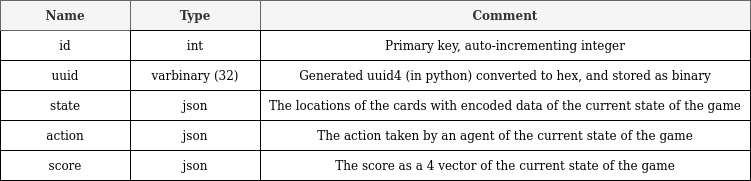
The draw.io diagram documentation/img/state_table.png in carlofazioli/cardiathena, before a commit. Source tidied: cells renumbered, new cells last; positions are measured from the earlier drawing's top-left corner, leaving out a move shared by most shapes. Source of this version:
```xml
<mxGraphModel>
  <root>
    <mxCell id="0" />
    <mxCell id="1" parent="0" />
    <mxCell id="2" value="id" style="rounded=0;whiteSpace=wrap;html=1;" parent="1" vertex="1">
      <mxGeometry y="30" width="130" height="30" as="geometry" />
    </mxCell>
    <mxCell id="3" value="uuid" style="rounded=0;whiteSpace=wrap;html=1;" parent="1" vertex="1">
      <mxGeometry y="60" width="130" height="30" as="geometry" />
    </mxCell>
    <mxCell id="4" value="state" style="rounded=0;whiteSpace=wrap;html=1;" parent="1" vertex="1">
      <mxGeometry y="90" width="130" height="30" as="geometry" />
    </mxCell>
    <mxCell id="5" value="action" style="rounded=0;whiteSpace=wrap;html=1;" parent="1" vertex="1">
      <mxGeometry y="120" width="130" height="30" as="geometry" />
    </mxCell>
    <mxCell id="6" value="score" style="rounded=0;whiteSpace=wrap;html=1;" parent="1" vertex="1">
      <mxGeometry y="150" width="130" height="30" as="geometry" />
    </mxCell>
    <mxCell id="7" value="&lt;div&gt;&lt;b&gt;Name&lt;/b&gt;&lt;/div&gt;" style="rounded=0;whiteSpace=wrap;html=1;fillColor=#f5f5f5;strokeColor=#666666;fontColor=#333333;" parent="1" vertex="1">
      <mxGeometry width="130" height="30" as="geometry" />
    </mxCell>
    <mxCell id="8" value="&lt;b&gt;Type&lt;/b&gt;" style="rounded=0;whiteSpace=wrap;html=1;fillColor=#f5f5f5;strokeColor=#666666;fontColor=#333333;" parent="1" vertex="1">
      <mxGeometry x="130" width="130" height="30" as="geometry" />
    </mxCell>
    <mxCell id="9" value="&lt;b&gt;Comment&lt;/b&gt;" style="rounded=0;whiteSpace=wrap;html=1;fillColor=#f5f5f5;strokeColor=#666666;fontColor=#333333;" parent="1" vertex="1">
      <mxGeometry x="260" width="490" height="30" as="geometry" />
    </mxCell>
    <mxCell id="10" value="int" style="rounded=0;whiteSpace=wrap;html=1;" parent="1" vertex="1">
      <mxGeometry x="130" y="30" width="130" height="30" as="geometry" />
    </mxCell>
    <mxCell id="11" value="varbinary (32)" style="rounded=0;whiteSpace=wrap;html=1;" parent="1" vertex="1">
      <mxGeometry x="130" y="60" width="130" height="30" as="geometry" />
    </mxCell>
    <mxCell id="12" value="json" style="rounded=0;whiteSpace=wrap;html=1;" parent="1" vertex="1">
      <mxGeometry x="130" y="90" width="130" height="30" as="geometry" />
    </mxCell>
    <mxCell id="13" value="json" style="rounded=0;whiteSpace=wrap;html=1;" parent="1" vertex="1">
      <mxGeometry x="130" y="120" width="130" height="30" as="geometry" />
    </mxCell>
    <mxCell id="14" value="json" style="rounded=0;whiteSpace=wrap;html=1;" parent="1" vertex="1">
      <mxGeometry x="130" y="150" width="130" height="30" as="geometry" />
    </mxCell>
    <mxCell id="15" value="Primary key, auto-incrementing integer" style="rounded=0;whiteSpace=wrap;html=1;" parent="1" vertex="1">
      <mxGeometry x="260" y="30" width="490" height="30" as="geometry" />
    </mxCell>
    <mxCell id="16" value="Generated uuid4 (in python) converted to hex, and stored as binary" style="rounded=0;whiteSpace=wrap;html=1;" parent="1" vertex="1">
      <mxGeometry x="260" y="60" width="490" height="30" as="geometry" />
    </mxCell>
    <mxCell id="17" value="The locations of the cards with encoded data of the current state of the game" style="rounded=0;whiteSpace=wrap;html=1;" parent="1" vertex="1">
      <mxGeometry x="260" y="90" width="490" height="30" as="geometry" />
    </mxCell>
    <mxCell id="18" value="The action taken by an agent of the current state of the game" style="rounded=0;whiteSpace=wrap;html=1;" parent="1" vertex="1">
      <mxGeometry x="260" y="120" width="490" height="30" as="geometry" />
    </mxCell>
    <mxCell id="19" value="The score as a 4 vector of the current state of the game" style="rounded=0;whiteSpace=wrap;html=1;" parent="1" vertex="1">
      <mxGeometry x="260" y="150" width="490" height="30" as="geometry" />
    </mxCell>
  </root>
</mxGraphModel>
```
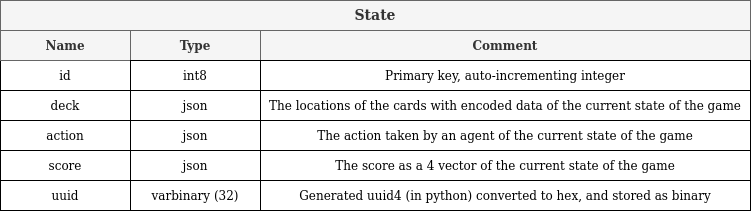
Above is the later version.

Commit message:
Added new diagrams for the new schema

Change to the diagram source:
```diff
@@ -5,17 +5,14 @@
     <mxCell id="2" value="id" style="rounded=0;whiteSpace=wrap;html=1;" parent="1" vertex="1">
       <mxGeometry y="30" width="130" height="30" as="geometry" />
     </mxCell>
-    <mxCell id="3" value="uuid" style="rounded=0;whiteSpace=wrap;html=1;" parent="1" vertex="1">
-      <mxGeometry y="60" width="130" height="30" as="geometry" />
-    </mxCell>
-    <mxCell id="4" value="state" style="rounded=0;whiteSpace=wrap;html=1;" parent="1" vertex="1">
-      <mxGeometry y="90" width="130" height="30" as="geometry" />
+    <mxCell id="4" value="deck" style="rounded=0;whiteSpace=wrap;html=1;" parent="1" vertex="1">
+      <mxGeometry y="60" width="130" height="30" as="geometry" />
     </mxCell>
     <mxCell id="5" value="action" style="rounded=0;whiteSpace=wrap;html=1;" parent="1" vertex="1">
-      <mxGeometry y="120" width="130" height="30" as="geometry" />
+      <mxGeometry y="90" width="130" height="30" as="geometry" />
     </mxCell>
     <mxCell id="6" value="score" style="rounded=0;whiteSpace=wrap;html=1;" parent="1" vertex="1">
-      <mxGeometry y="150" width="130" height="30" as="geometry" />
+      <mxGeometry y="120" width="130" height="30" as="geometry" />
     </mxCell>
     <mxCell id="7" value="&lt;div&gt;&lt;b&gt;Name&lt;/b&gt;&lt;/div&gt;" style="rounded=0;whiteSpace=wrap;html=1;fillColor=#f5f5f5;strokeColor=#666666;fontColor=#333333;" parent="1" vertex="1">
       <mxGeometry width="130" height="30" as="geometry" />
@@ -26,35 +23,41 @@
     <mxCell id="9" value="&lt;b&gt;Comment&lt;/b&gt;" style="rounded=0;whiteSpace=wrap;html=1;fillColor=#f5f5f5;strokeColor=#666666;fontColor=#333333;" parent="1" vertex="1">
       <mxGeometry x="260" width="490" height="30" as="geometry" />
     </mxCell>
-    <mxCell id="10" value="int" style="rounded=0;whiteSpace=wrap;html=1;" parent="1" vertex="1">
+    <mxCell id="10" value="int8" style="rounded=0;whiteSpace=wrap;html=1;" parent="1" vertex="1">
       <mxGeometry x="130" y="30" width="130" height="30" as="geometry" />
     </mxCell>
-    <mxCell id="11" value="varbinary (32)" style="rounded=0;whiteSpace=wrap;html=1;" parent="1" vertex="1">
-      <mxGeometry x="130" y="60" width="130" height="30" as="geometry" />
-    </mxCell>
     <mxCell id="12" value="json" style="rounded=0;whiteSpace=wrap;html=1;" parent="1" vertex="1">
-      <mxGeometry x="130" y="90" width="130" height="30" as="geometry" />
+      <mxGeometry x="130" y="60" width="130" height="30" as="geometry" />
     </mxCell>
     <mxCell id="13" value="json" style="rounded=0;whiteSpace=wrap;html=1;" parent="1" vertex="1">
-      <mxGeometry x="130" y="120" width="130" height="30" as="geometry" />
+      <mxGeometry x="130" y="90" width="130" height="30" as="geometry" />
     </mxCell>
     <mxCell id="14" value="json" style="rounded=0;whiteSpace=wrap;html=1;" parent="1" vertex="1">
-      <mxGeometry x="130" y="150" width="130" height="30" as="geometry" />
+      <mxGeometry x="130" y="120" width="130" height="30" as="geometry" />
     </mxCell>
     <mxCell id="15" value="Primary key, auto-incrementing integer" style="rounded=0;whiteSpace=wrap;html=1;" parent="1" vertex="1">
       <mxGeometry x="260" y="30" width="490" height="30" as="geometry" />
     </mxCell>
-    <mxCell id="16" value="Generated uuid4 (in python) converted to hex, and stored as binary" style="rounded=0;whiteSpace=wrap;html=1;" parent="1" vertex="1">
-      <mxGeometry x="260" y="60" width="490" height="30" as="geometry" />
-    </mxCell>
     <mxCell id="17" value="The locations of the cards with encoded data of the current state of the game" style="rounded=0;whiteSpace=wrap;html=1;" parent="1" vertex="1">
-      <mxGeometry x="260" y="90" width="490" height="30" as="geometry" />
+      <mxGeometry x="260" y="60" width="490" height="30" as="geometry" />
     </mxCell>
     <mxCell id="18" value="The action taken by an agent of the current state of the game" style="rounded=0;whiteSpace=wrap;html=1;" parent="1" vertex="1">
-      <mxGeometry x="260" y="120" width="490" height="30" as="geometry" />
+      <mxGeometry x="260" y="90" width="490" height="30" as="geometry" />
     </mxCell>
     <mxCell id="19" value="The score as a 4 vector of the current state of the game" style="rounded=0;whiteSpace=wrap;html=1;" parent="1" vertex="1">
-      <mxGeometry x="260" y="150" width="490" height="30" as="geometry" />
+      <mxGeometry x="260" y="120" width="490" height="30" as="geometry" />
     </mxCell>
+    <mxCell id="3" value="uuid" style="rounded=0;whiteSpace=wrap;html=1;" parent="1" vertex="1">
+      <mxGeometry y="150" width="130" height="30" as="geometry" />
+    </mxCell>
+    <mxCell id="11" value="varbinary (32)" style="rounded=0;whiteSpace=wrap;html=1;" parent="1" vertex="1">
+      <mxGeometry x="130" y="150" width="130" height="30" as="geometry" />
+    </mxCell>
+    <mxCell id="16" value="Generated uuid4 (in python) converted to hex, and stored as binary" style="rounded=0;whiteSpace=wrap;html=1;" parent="1" vertex="1">
+      <mxGeometry x="260" y="150" width="490" height="30" as="geometry" />
+    </mxCell>
+    <mxCell id="20" value="&lt;font style=&quot;font-size: 14px&quot;&gt;&lt;b&gt;State&lt;/b&gt;&lt;/font&gt;" style="rounded=0;whiteSpace=wrap;html=1;fillColor=#f5f5f5;strokeColor=#666666;fontColor=#333333;" parent="1" vertex="1">
+      <mxGeometry y="-30" width="750" height="30" as="geometry" />
+    </mxCell>
   </root>
 </mxGraphModel>
```
